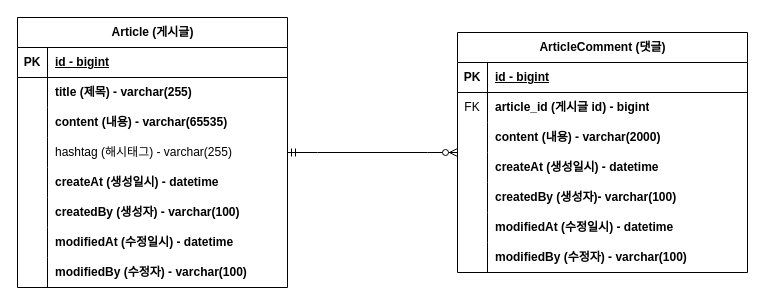
Above: document/project-board-erd.drawio in tkdwls4453/board-project (draw.io), before the change. Source tidied: cells renumbered, new cells numbered last; positions are measured from the earlier drawing's top-left corner, leaving out a move shared by most shapes. Both pictures are drawn from the tidied source at 100%, with x=0, y=0 at pixel (17, 17).
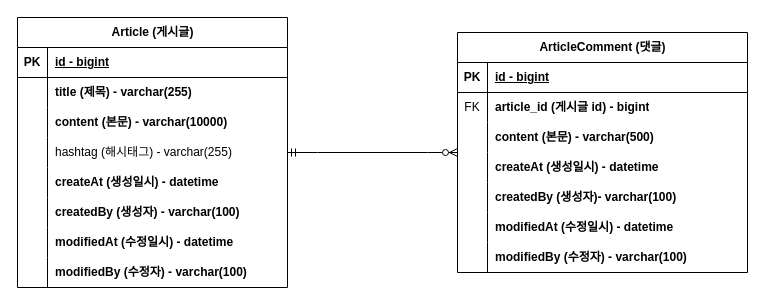
After the change.

Commit message:
#10 - erd  업데이트: content 사이즈 변경

Unchanged cells that the change refers to:
```xml
<mxCell id="9" style="shape=tableRow;horizontal=0;startSize=0;swimlaneHead=0;swimlaneBody=0;fillColor=none;top=0;left=0;right=0;bottom=0;" parent="2" vertex="1">
  <mxGeometry y="90" width="270" height="30" as="geometry" />
</mxCell>
<mxCell id="34" style="shape=tableRow;horizontal=0;startSize=0;swimlaneHead=0;swimlaneBody=0;fillColor=none;top=0;left=0;right=0;bottom=0;" parent="27" vertex="1">
  <mxGeometry y="90" width="290" height="30" as="geometry" />
</mxCell>
```

Change to the diagram source:
```diff
@@
-    <mxCell id="11" value="content (내용) - varchar(65535)" style="shape=partialRectangle;fillColor=none;top=0;left=0;bottom=0;right=0;align=left;spacingLeft=6;overflow=hidden;whiteSpace=wrap;html=1;fontStyle=1;" parent="9" vertex="1">
+    <mxCell id="11" value="content (본문) - varchar(10000)" style="shape=partialRectangle;fillColor=none;top=0;left=0;bottom=0;right=0;align=left;spacingLeft=6;overflow=hidden;whiteSpace=wrap;html=1;fontStyle=1;" parent="9" vertex="1">
       <mxGeometry x="30" width="240" height="30" as="geometry" />
     </mxCell>
@@
-    <mxCell id="36" value="content (내용) - varchar(2000)" style="shape=partialRectangle;fillColor=none;top=0;left=0;bottom=0;right=0;align=left;spacingLeft=6;overflow=hidden;whiteSpace=wrap;html=1;fontStyle=1;" parent="34" vertex="1">
+    <mxCell id="36" value="content (본문) - varchar(500)" style="shape=partialRectangle;fillColor=none;top=0;left=0;bottom=0;right=0;align=left;spacingLeft=6;overflow=hidden;whiteSpace=wrap;html=1;fontStyle=1;" parent="34" vertex="1">
       <mxGeometry x="30" width="260" height="30" as="geometry" />
     </mxCell>
```
